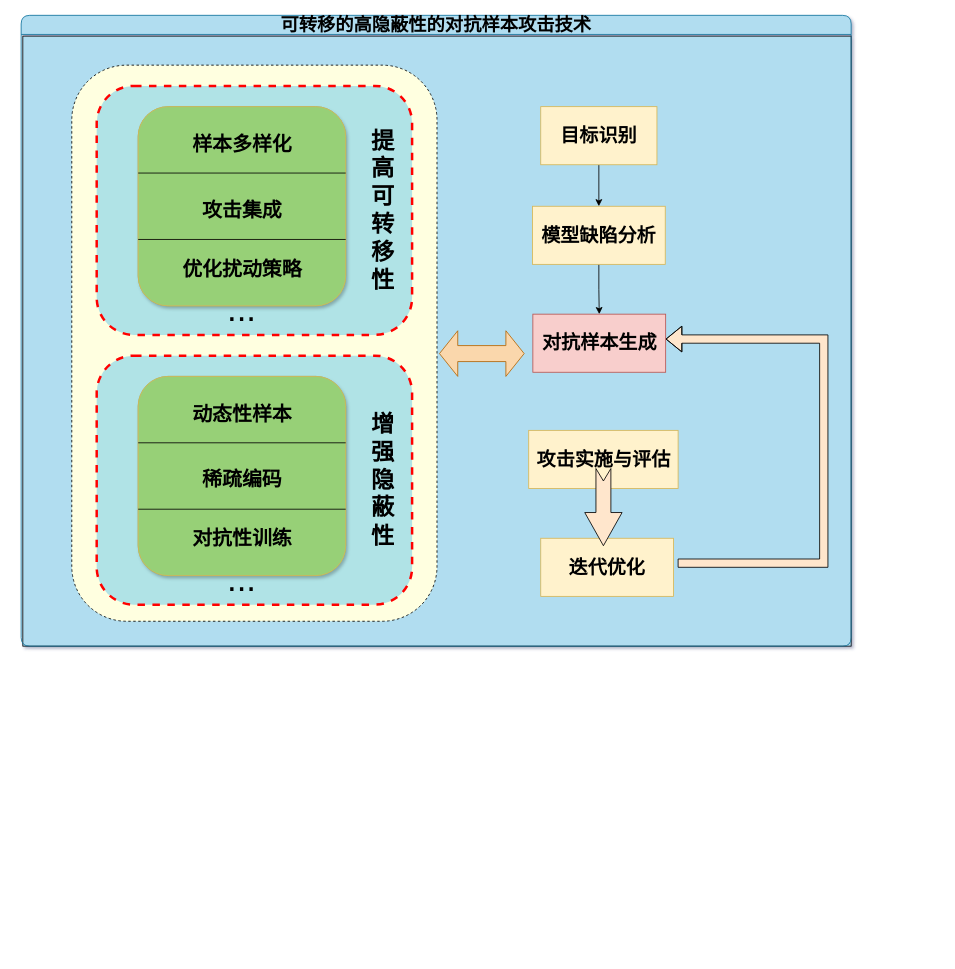
Before: 对抗攻击.drawio in Stefan-Beauchamp/hello-world, a draw.io diagram. Source tidied: cells renumbered, new cells numbered last; positions are measured from the earlier drawing's top-left corner, leaving out a move shared by most shapes. Both pictures are drawn from the tidied source at 83%, with x=0, y=0 at pixel (21, 15).
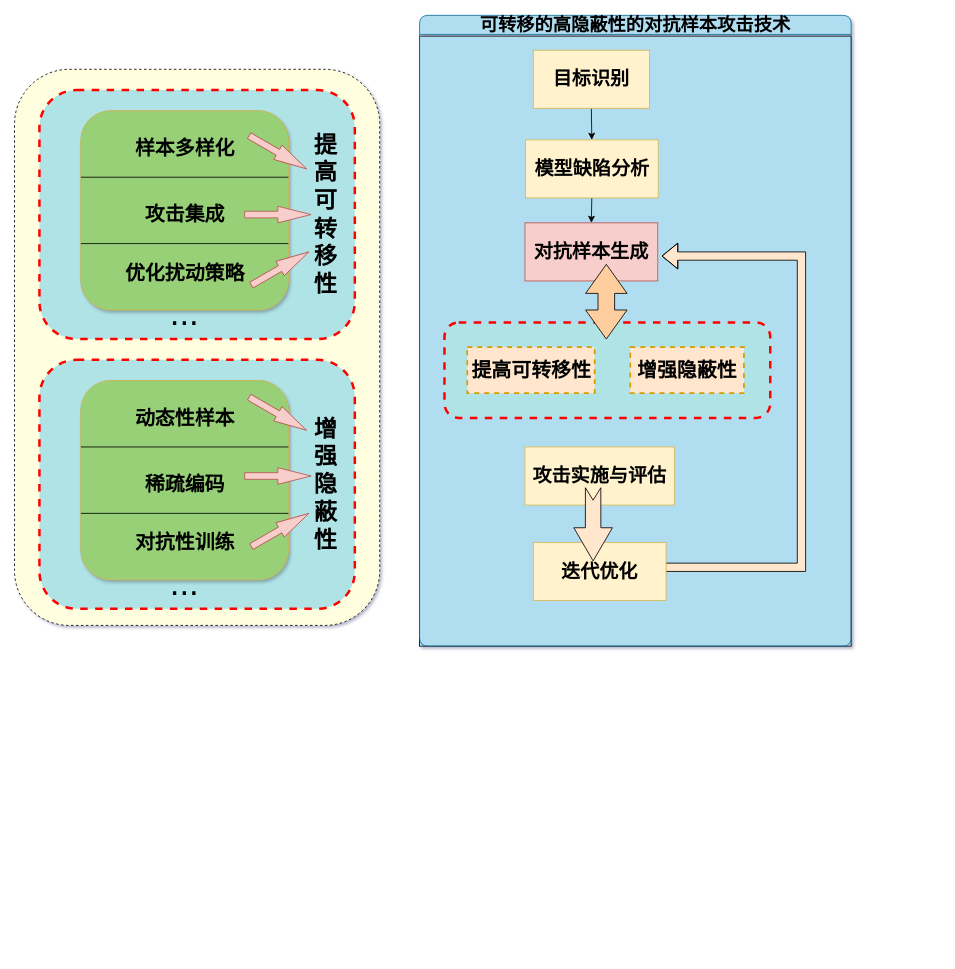
The same page after the edit.

Commit message:
更新对抗攻击.drawio

Diff of the diagram source:
```diff
@@
     <mxCell id="2" style="rounded=0;whiteSpace=wrap;html=1;fillColor=#B1DDF0;" parent="1" vertex="1">
-      <mxGeometry x="2" y="25" width="998" height="735" as="geometry" />
+      <mxGeometry x="480" y="25" width="520" height="735" as="geometry" />
     </mxCell>
     <mxCell id="3" value="&lt;font style=&quot;font-size: 22px;&quot;&gt;可转移的高隐蔽性的对抗样本攻击技术&lt;/font&gt;" style="swimlane;whiteSpace=wrap;html=1;fillColor=#B1DDF0;strokeColor=#10739e;swimlaneFillColor=none;rounded=1;labelBackgroundColor=none;" parent="1" vertex="1">
-      <mxGeometry width="1000" height="760" as="geometry" />
+      <mxGeometry x="480" width="520" height="760" as="geometry" />
     </mxCell>
     <mxCell id="4" style="group;" parent="3" vertex="1">
-      <mxGeometry x="611.5" y="110" width="355.5" height="590" as="geometry" />
+      <mxGeometry x="122.5" y="105" width="355.5" height="590" as="geometry" />
     </mxCell>
@@
     <mxCell id="6" value="&lt;b&gt;&lt;font style=&quot;font-size: 23px;&quot;&gt;目标识别&lt;/font&gt;&lt;/b&gt;" style="rounded=0;whiteSpace=wrap;html=1;fillColor=#fff2cc;strokeColor=#d6b656;" parent="4" vertex="1">
-      <mxGeometry x="14.5" width="140" height="70" as="geometry" />
+      <mxGeometry x="14.5" y="-63" width="140" height="70" as="geometry" />
     </mxCell>
@@
     <mxCell id="8" value="&lt;span style=&quot;font-size: 23px;&quot;&gt;&lt;b&gt;模型缺陷分析&lt;/b&gt;&lt;/span&gt;" style="rounded=0;whiteSpace=wrap;html=1;fillColor=#fff2cc;strokeColor=#d6b656;" parent="4" vertex="1">
-      <mxGeometry x="4.5" y="120" width="160" height="70" as="geometry" />
+      <mxGeometry x="5" y="45" width="160" height="70" as="geometry" />
     </mxCell>
     <mxCell id="9" value="&lt;span style=&quot;font-size: 23px;&quot;&gt;&lt;b&gt;对抗样本生成&lt;/b&gt;&lt;/span&gt;" style="rounded=0;whiteSpace=wrap;html=1;fillColor=#f8cecc;strokeColor=#b85450;" parent="4" vertex="1">
-      <mxGeometry x="5" y="250" width="160" height="70" as="geometry" />
+      <mxGeometry x="4.5" y="145" width="160" height="70" as="geometry" />
     </mxCell>
     <mxCell id="10" value="&lt;span style=&quot;font-size: 23px;&quot;&gt;&lt;b&gt;攻击实施与评估&lt;/b&gt;&lt;/span&gt;" style="rounded=0;whiteSpace=wrap;html=1;fillColor=#fff2cc;strokeColor=#d6b656;" parent="4" vertex="1">
-      <mxGeometry y="390" width="180" height="70" as="geometry" />
+      <mxGeometry x="4.5" y="415" width="180" height="70" as="geometry" />
     </mxCell>
     <mxCell id="11" style="edgeStyle=orthogonalEdgeStyle;rounded=0;orthogonalLoop=1;jettySize=auto;html=1;shape=flexArrow;fillColor=#FFE6CC;" parent="4" edge="1">
       <mxGeometry relative="1" as="geometry">
-        <mxPoint x="179.5" y="550" as="sourcePoint" />
-        <mxPoint x="165" y="280" as="targetPoint" />
+        <mxPoint x="159.1" y="560" as="sourcePoint" />
+        <mxPoint x="169.1" y="185" as="targetPoint" />
         <Array as="points">
-          <mxPoint x="179.5" y="550" />
-          <mxPoint x="355.5" y="550" />
-          <mxPoint x="355.5" y="280" />
+          <mxPoint x="337.6" y="560" />
+          <mxPoint x="337.6" y="185" />
+          <mxPoint x="146.6" y="185" />
         </Array>
       </mxGeometry>
     </mxCell>
     <mxCell id="12" value="&lt;span style=&quot;font-size: 23px;&quot;&gt;&lt;b&gt;迭代优化&lt;/b&gt;&lt;/span&gt;" style="rounded=0;whiteSpace=wrap;html=1;fillColor=#fff2cc;strokeColor=#d6b656;" parent="4" vertex="1">
-      <mxGeometry x="14.5" y="520" width="160" height="70" as="geometry" />
+      <mxGeometry x="14.5" y="530" width="160" height="70" as="geometry" />
     </mxCell>
     <mxCell id="13" style="html=1;shadow=0;dashed=0;align=center;verticalAlign=middle;shape=mxgraph.arrows2.arrow;dy=0.6;dx=40;notch=15;rotation=90;fillColor=#FFE6CC;" parent="4" vertex="1">
-      <mxGeometry x="43.5" y="460" width="93" height="45" as="geometry" />
+      <mxGeometry x="42.5" y="485" width="88.2" height="46.5" as="geometry" />
     </mxCell>
-    <mxCell id="14" style="group;" parent="3" vertex="1">
-      <mxGeometry x="150" y="130" width="952" height="995" as="geometry" />
-    </mxCell>
-    <mxCell id="15" style="html=1;shadow=0;dashed=0;align=center;verticalAlign=middle;shape=mxgraph.arrows2.twoWayArrow;dy=0.65;dx=22;rotation=-180;fillColor=#fad7ac;strokeColor=#b46504;" parent="14" vertex="1">
-      <mxGeometry x="354" y="250" width="102" height="55" as="geometry" />
-    </mxCell>
-    <mxCell id="16" style="group;" parent="14" vertex="1">
-      <mxGeometry x="-68" y="-70" width="1020" height="1065" as="geometry" />
-    </mxCell>
-    <mxCell id="17" style="group;" parent="16" vertex="1">
-      <mxGeometry width="1020" height="1065" as="geometry" />
-    </mxCell>
-    <mxCell id="18" style="rounded=1;whiteSpace=wrap;html=1;fillColor=#FFFFE0;dashed=1;strokeWidth=1;strokeColor=default;perimeterSpacing=0;" parent="17" vertex="1">
-      <mxGeometry x="-21" width="440" height="670" as="geometry" />
+    <mxCell id="18" style="rounded=1;whiteSpace=wrap;html=1;fillColor=#FFFFE0;dashed=1;strokeWidth=1;strokeColor=default;perimeterSpacing=0;" parent="1" vertex="1">
+      <mxGeometry x="-8" y="65" width="440" height="670" as="geometry" />
     </mxCell>
-    <mxCell id="19" style="group;" parent="17" vertex="1">
-      <mxGeometry x="40" y="25" width="979" height="710" as="geometry" />
-    </mxCell>
-    <mxCell id="20" style="rounded=1;whiteSpace=wrap;html=1;fillColor=#b0e3e6;strokeColor=#FF0000;dashed=1;strokeWidth=3;" parent="19" vertex="1">
-      <mxGeometry x="-31" width="380" height="300" as="geometry" />
+    <mxCell id="20" style="rounded=1;whiteSpace=wrap;html=1;fillColor=#b0e3e6;strokeColor=#FF0000;dashed=1;strokeWidth=3;" parent="1" vertex="1">
+      <mxGeometry x="22" y="90" width="380" height="300" as="geometry" />
     </mxCell>
-    <mxCell id="21" value="&lt;font style=&quot;font-size: 42px;&quot;&gt;...&lt;/font&gt;" style="text;html=1;align=center;verticalAlign=middle;whiteSpace=wrap;rounded=0;" parent="19" vertex="1">
-      <mxGeometry x="114" y="255" width="60" height="30" as="geometry" />
+    <mxCell id="21" value="&lt;font style=&quot;font-size: 42px;&quot;&gt;...&lt;/font&gt;" style="text;html=1;align=center;verticalAlign=middle;whiteSpace=wrap;rounded=0;" parent="1" vertex="1">
+      <mxGeometry x="167" y="345" width="60" height="30" as="geometry" />
     </mxCell>
-    <mxCell id="22" value="&lt;b style=&quot;&quot;&gt;&lt;font style=&quot;font-size: 28px;&quot;&gt;提高可转移性&lt;/font&gt;&lt;/b&gt;" style="text;html=1;align=center;verticalAlign=middle;whiteSpace=wrap;rounded=0;" parent="19" vertex="1">
-      <mxGeometry x="299" y="35" width="30" height="230" as="geometry" />
+    <mxCell id="22" value="&lt;b style=&quot;&quot;&gt;&lt;font style=&quot;font-size: 28px;&quot;&gt;提高可转移性&lt;/font&gt;&lt;/b&gt;" style="text;html=1;align=center;verticalAlign=middle;whiteSpace=wrap;rounded=0;" parent="1" vertex="1">
+      <mxGeometry x="352" y="125" width="30" height="230" as="geometry" />
     </mxCell>
-    <mxCell id="23" style="group;fillColor=#d5e8d4;strokeColor=#82b366;rounded=1;shadow=1;" parent="19" vertex="1">
-      <mxGeometry x="19" y="25" width="250" height="240" as="geometry" />
+    <mxCell id="23" style="group;fillColor=#d5e8d4;strokeColor=#82b366;rounded=1;shadow=1;" parent="1" vertex="1">
+      <mxGeometry x="72" y="115" width="250" height="240" as="geometry" />
     </mxCell>
@@
-    <mxCell id="30" style="group;" parent="17" vertex="1">
-      <mxGeometry x="40" y="350" width="980" height="715" as="geometry" />
-    </mxCell>
+    <mxCell id="41" style="html=1;shadow=0;dashed=0;align=center;verticalAlign=middle;shape=mxgraph.arrows2.arrow;dy=0.6;dx=40;direction=north;notch=0;fillColor=#f8cecc;strokeColor=#b85450;rotation=120;" parent="23" vertex="1">
+      <mxGeometry x="227.3" y="10" width="20" height="80" as="geometry" />
+    </mxCell>
+    <mxCell id="42" style="html=1;shadow=0;dashed=0;align=center;verticalAlign=middle;shape=mxgraph.arrows2.arrow;dy=0.6;dx=40;direction=north;notch=0;fillColor=#f8cecc;strokeColor=#b85450;rotation=90;" parent="23" vertex="1">
+      <mxGeometry x="227.3" y="85" width="20" height="80" as="geometry" />
+    </mxCell>
-    <mxCell id="31" style="rounded=1;whiteSpace=wrap;html=1;fillColor=#b0e3e6;strokeColor=#FF0000;dashed=1;strokeWidth=3;" parent="30" vertex="1">
-      <mxGeometry x="-31" width="380" height="300" as="geometry" />
+    <mxCell id="31" style="rounded=1;whiteSpace=wrap;html=1;fillColor=#b0e3e6;strokeColor=#FF0000;dashed=1;strokeWidth=3;" parent="1" vertex="1">
+      <mxGeometry x="22" y="415" width="380" height="300" as="geometry" />
     </mxCell>
-    <mxCell id="32" value="&lt;font style=&quot;font-size: 42px;&quot;&gt;...&lt;/font&gt;" style="text;html=1;align=center;verticalAlign=middle;whiteSpace=wrap;rounded=0;" parent="30" vertex="1">
-      <mxGeometry x="114" y="255" width="60" height="30" as="geometry" />
+    <mxCell id="32" value="&lt;font style=&quot;font-size: 42px;&quot;&gt;...&lt;/font&gt;" style="text;html=1;align=center;verticalAlign=middle;whiteSpace=wrap;rounded=0;" parent="1" vertex="1">
+      <mxGeometry x="167" y="670" width="60" height="30" as="geometry" />
     </mxCell>
-    <mxCell id="33" value="&lt;b style=&quot;&quot;&gt;&lt;font style=&quot;font-size: 28px;&quot;&gt;增强隐蔽性&lt;/font&gt;&lt;/b&gt;" style="text;html=1;align=center;verticalAlign=middle;whiteSpace=wrap;rounded=0;" parent="30" vertex="1">
-      <mxGeometry x="299" y="35" width="30" height="230" as="geometry" />
+    <mxCell id="33" value="&lt;b style=&quot;&quot;&gt;&lt;font style=&quot;font-size: 28px;&quot;&gt;增强隐蔽性&lt;/font&gt;&lt;/b&gt;" style="text;html=1;align=center;verticalAlign=middle;whiteSpace=wrap;rounded=0;" parent="1" vertex="1">
+      <mxGeometry x="352" y="450" width="30" height="230" as="geometry" />
     </mxCell>
-    <mxCell id="34" style="group;fillColor=#d5e8d4;strokeColor=#82b366;rounded=1;shadow=1;" parent="30" vertex="1">
-      <mxGeometry x="19" y="25" width="250" height="240" as="geometry" />
+    <mxCell id="34" style="group;fillColor=#d5e8d4;strokeColor=#82b366;rounded=1;shadow=1;" parent="1" vertex="1">
+      <mxGeometry x="72" y="440" width="250" height="240" as="geometry" />
     </mxCell>
@@
+    <mxCell id="43" style="html=1;shadow=0;dashed=0;align=center;verticalAlign=middle;shape=mxgraph.arrows2.arrow;dy=0.6;dx=40;direction=north;notch=0;fillColor=#f8cecc;strokeColor=#b85450;rotation=120;" parent="34" vertex="1">
+      <mxGeometry x="227.3" width="20" height="80" as="geometry" />
+    </mxCell>
+    <mxCell id="44" style="html=1;shadow=0;dashed=0;align=center;verticalAlign=middle;shape=mxgraph.arrows2.arrow;dy=0.6;dx=40;direction=north;notch=0;fillColor=#f8cecc;strokeColor=#b85450;rotation=90;" parent="34" vertex="1">
+      <mxGeometry x="227.3" y="75" width="20" height="80" as="geometry" />
+    </mxCell>
+    <mxCell id="45" style="html=1;shadow=0;dashed=0;align=center;verticalAlign=middle;shape=mxgraph.arrows2.arrow;dy=0.6;dx=40;direction=north;notch=0;fillColor=#f8cecc;strokeColor=#b85450;rotation=60;" parent="34" vertex="1">
+      <mxGeometry x="230" y="140" width="20" height="80" as="geometry" />
+    </mxCell>
+    <mxCell id="46" style="group;" parent="1" vertex="1">
+      <mxGeometry x="510" y="370" width="392.5" height="115" as="geometry" />
+    </mxCell>
+    <mxCell id="47" style="rounded=1;whiteSpace=wrap;html=1;fillColor=#b0e3e6;strokeColor=#FF0000;dashed=1;strokeWidth=3;" parent="46" vertex="1">
+      <mxGeometry width="392.5" height="115" as="geometry" />
+    </mxCell>
+    <mxCell id="48" value="&lt;p class=&quot;MsoNormal&quot;&gt;&lt;span style=&quot;font-family: 微软雅黑;&quot;&gt;&lt;b style=&quot;&quot;&gt;&lt;font style=&quot;font-size: 24px;&quot;&gt;提高可转移性&lt;/font&gt;&lt;/b&gt;&lt;/span&gt;&lt;/p&gt;" style="rounded=0;whiteSpace=wrap;html=1;fillColor=#ffe6cc;strokeColor=#d79b00;dashed=1;strokeWidth=2;" parent="46" vertex="1">
+      <mxGeometry x="27.5" y="29.8" width="153.5" height="55.4" as="geometry" />
+    </mxCell>
+    <mxCell id="49" value="&lt;p class=&quot;MsoNormal&quot;&gt;&lt;span style=&quot;font-family: 微软雅黑;&quot;&gt;&lt;b style=&quot;&quot;&gt;&lt;font style=&quot;font-size: 24px;&quot;&gt;增强隐蔽性&lt;/font&gt;&lt;/b&gt;&lt;/span&gt;&lt;/p&gt;" style="rounded=0;whiteSpace=wrap;html=1;fillColor=#ffe6cc;strokeColor=#d79b00;dashed=1;strokeWidth=2;" parent="46" vertex="1">
+      <mxGeometry x="223.9" y="29.8" width="136.9" height="55.4" as="geometry" />
+    </mxCell>
+    <mxCell id="50" style="html=1;shadow=0;dashed=0;align=center;verticalAlign=middle;shape=mxgraph.arrows2.twoWayArrow;dy=0.6;dx=35;rotation=90;fillColor=#FFCE9F;" parent="1" vertex="1">
+      <mxGeometry x="660" y="320" width="90" height="50" as="geometry" />
+    </mxCell>
+    <mxCell id="51" style="html=1;shadow=0;dashed=0;align=center;verticalAlign=middle;shape=mxgraph.arrows2.arrow;dy=0.6;dx=40;direction=north;notch=0;fillColor=#f8cecc;strokeColor=#b85450;rotation=60;" parent="1" vertex="1">
+      <mxGeometry x="302" y="265" width="20" height="80" as="geometry" />
+    </mxCell>
```
